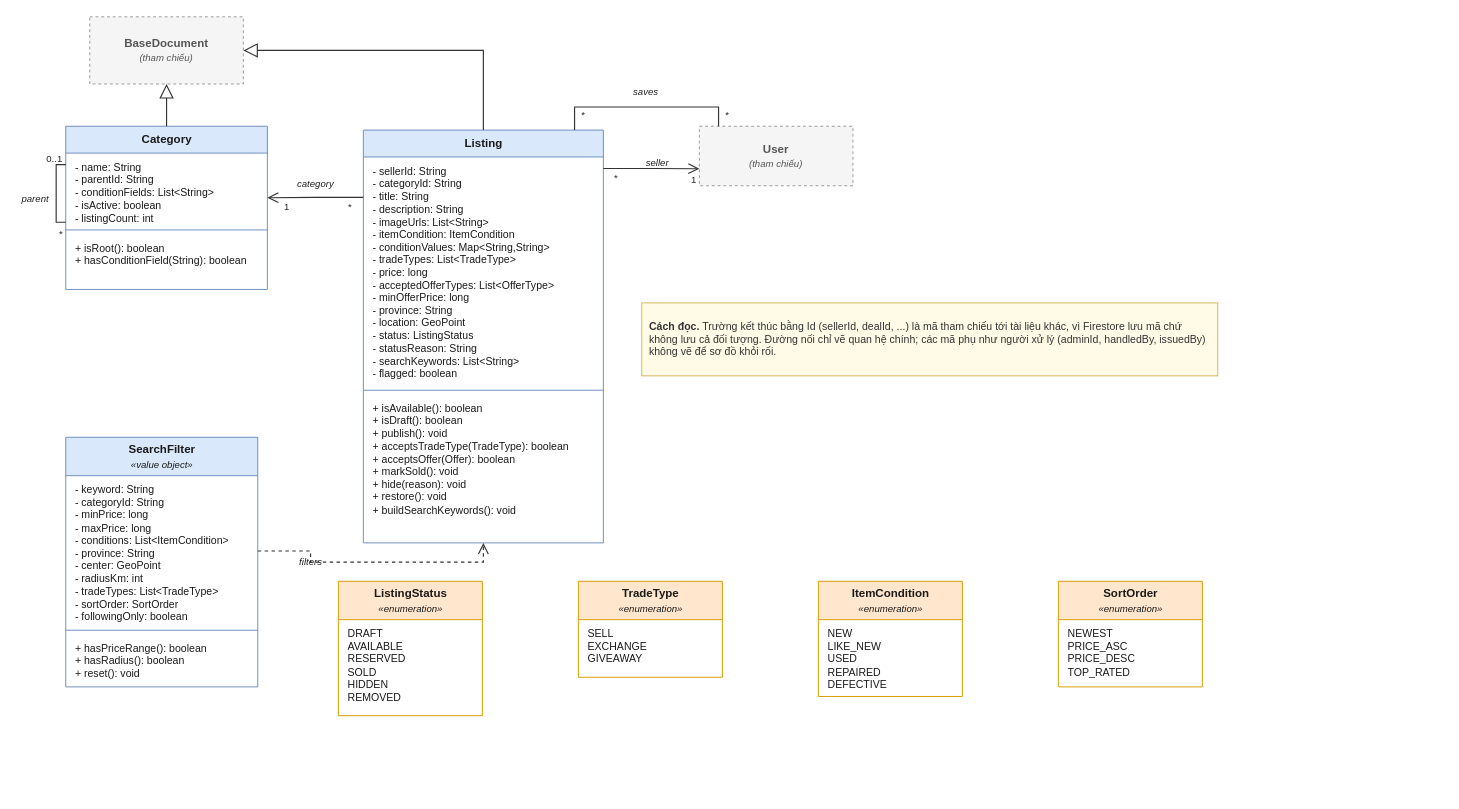
Above: page "2. Tin đăng, tìm kiếm" (3 of 8) of workflow/docs/diagrams/so-do-lop/class-diagram.drawio in tahpnart8/NHOM3-MobileApp (draw.io), before the change. Source tidied: cells renumbered, new cells numbered last; positions are measured from the earlier drawing's top-left corner, leaving out a move shared by most shapes. Both pictures are drawn from the tidied source at 96%, with x=0, y=0 at pixel (16, 16).
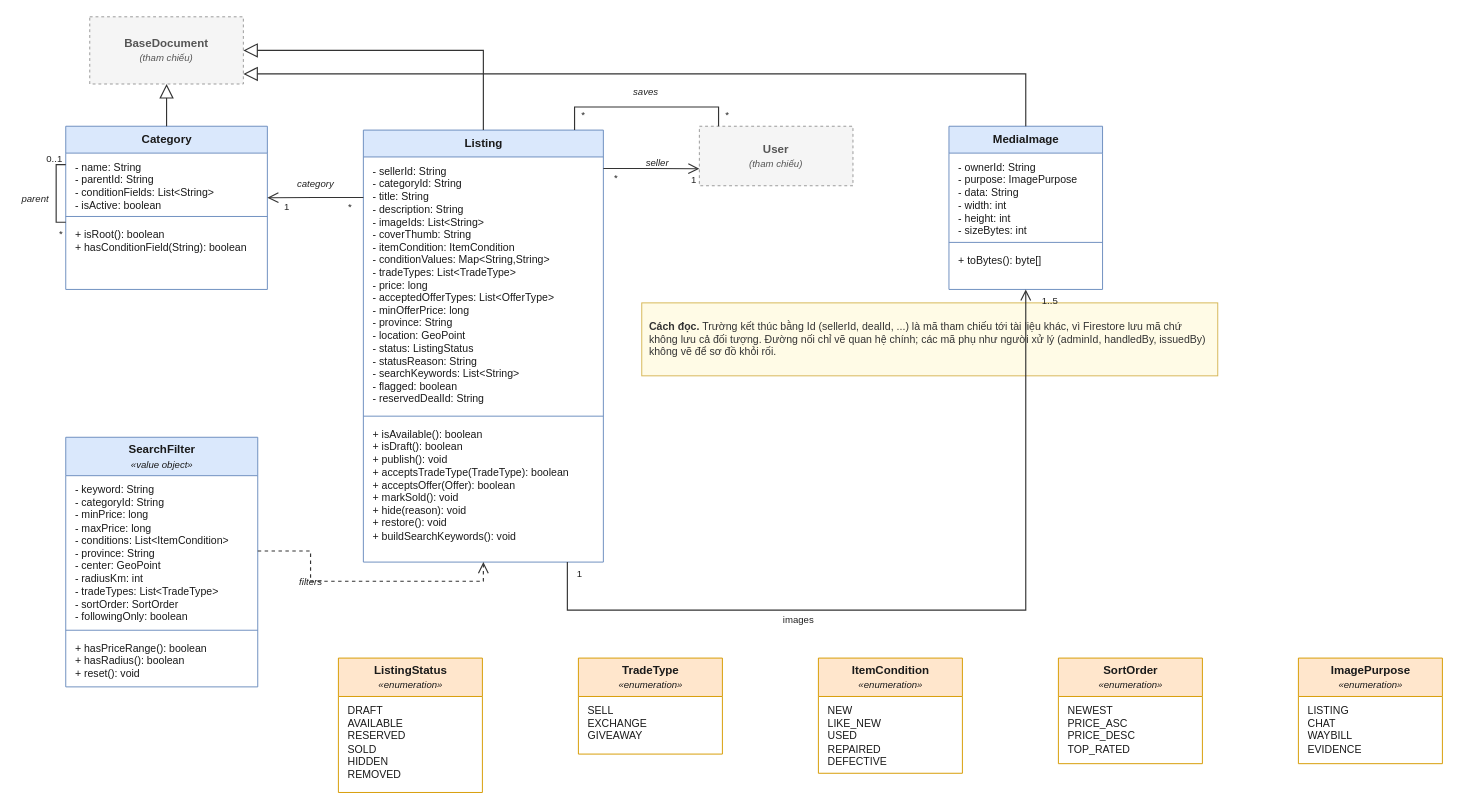
The same page after the edit.

The change refers to these unchanged cells:
```xml
<mxCell id="2" value="&lt;b&gt;BaseDocument&lt;/b&gt;&lt;br&gt;&lt;i style=&quot;font-size:10px&quot;&gt;(tham chiếu)&lt;/i&gt;" style="rounded=0;whiteSpace=wrap;html=1;fillColor=#F5F5F5;strokeColor=#999999;dashed=1;fontColor=#555555;fontSize=12;fontFamily=Helvetica;" parent="1" vertex="1">
  <mxGeometry x="76" width="160" height="70" as="geometry" />
</mxCell>
<mxCell id="3" value="&lt;b&gt;Category&lt;/b&gt;" style="swimlane;fontStyle=0;horizontal=1;startSize=28;fillColor=#DAE8FC;strokeColor=#6C8EBF;swimlaneFillColor=#FFFFFF;html=1;whiteSpace=nowrap;fontSize=12;fontFamily=Helvetica;fontColor=#1A1A1A;" parent="1" vertex="1">
  <mxGeometry x="51" y="114" width="210" height="170" as="geometry" />
</mxCell>
<mxCell id="5" value="&lt;b&gt;User&lt;/b&gt;&lt;br&gt;&lt;i style=&quot;font-size:10px&quot;&gt;(tham chiếu)&lt;/i&gt;" style="rounded=0;whiteSpace=wrap;html=1;fillColor=#F5F5F5;strokeColor=#999999;dashed=1;fontColor=#555555;fontSize=12;fontFamily=Helvetica;" parent="1" vertex="1">
  <mxGeometry x="711" y="114" width="160" height="62" as="geometry" />
</mxCell>
```

The edit, as a diff of the source:
```diff
@@
     <mxCell id="4" value="&lt;b&gt;Listing&lt;/b&gt;" style="swimlane;fontStyle=0;horizontal=1;startSize=28;fillColor=#DAE8FC;strokeColor=#6C8EBF;swimlaneFillColor=#FFFFFF;html=1;whiteSpace=nowrap;fontSize=12;fontFamily=Helvetica;fontColor=#1A1A1A;" parent="1" vertex="1">
-      <mxGeometry x="361" y="118" width="250" height="430" as="geometry" />
+      <mxGeometry x="361" y="118" width="250" height="450" as="geometry" />
     </mxCell>
@@
     <mxCell id="10" value="&lt;b&gt;ListingStatus&lt;/b&gt;&lt;br&gt;&lt;i style=&quot;font-size:10px&quot;&gt;«enumeration»&lt;/i&gt;" style="swimlane;fontStyle=0;horizontal=1;startSize=40;fillColor=#FFE6CC;strokeColor=#D79B00;swimlaneFillColor=#FFFFFF;html=1;whiteSpace=nowrap;fontSize=12;fontFamily=Helvetica;fontColor=#1A1A1A;" parent="1" vertex="1">
-      <mxGeometry x="335" y="588" width="150" height="140" as="geometry" />
+      <mxGeometry x="335" y="668" width="150" height="140" as="geometry" />
     </mxCell>
     <mxCell id="11" value="&lt;b&gt;TradeType&lt;/b&gt;&lt;br&gt;&lt;i style=&quot;font-size:10px&quot;&gt;«enumeration»&lt;/i&gt;" style="swimlane;fontStyle=0;horizontal=1;startSize=40;fillColor=#FFE6CC;strokeColor=#D79B00;swimlaneFillColor=#FFFFFF;html=1;whiteSpace=nowrap;fontSize=12;fontFamily=Helvetica;fontColor=#1A1A1A;" parent="1" vertex="1">
-      <mxGeometry x="585" y="588" width="150" height="100" as="geometry" />
+      <mxGeometry x="585" y="668" width="150" height="100" as="geometry" />
     </mxCell>
@@
     <mxCell id="13" value="&lt;b&gt;ItemCondition&lt;/b&gt;&lt;br&gt;&lt;i style=&quot;font-size:10px&quot;&gt;«enumeration»&lt;/i&gt;" style="swimlane;fontStyle=0;horizontal=1;startSize=40;fillColor=#FFE6CC;strokeColor=#D79B00;swimlaneFillColor=#FFFFFF;html=1;whiteSpace=nowrap;fontSize=12;fontFamily=Helvetica;fontColor=#1A1A1A;" parent="1" vertex="1">
-      <mxGeometry x="835" y="588" width="150" height="120" as="geometry" />
+      <mxGeometry x="835" y="668" width="150" height="120" as="geometry" />
     </mxCell>
     <mxCell id="14" value="&lt;b&gt;SortOrder&lt;/b&gt;&lt;br&gt;&lt;i style=&quot;font-size:10px&quot;&gt;«enumeration»&lt;/i&gt;" style="swimlane;fontStyle=0;horizontal=1;startSize=40;fillColor=#FFE6CC;strokeColor=#D79B00;swimlaneFillColor=#FFFFFF;html=1;whiteSpace=nowrap;fontSize=12;fontFamily=Helvetica;fontColor=#1A1A1A;" parent="1" vertex="1">
-      <mxGeometry x="1085" y="588" width="150" height="110" as="geometry" />
+      <mxGeometry x="1085" y="668" width="150" height="110" as="geometry" />
     </mxCell>
@@
-    <mxCell id="20" style="html=1;rounded=0;edgeStyle=orthogonalEdgeStyle;jettySize=auto;exitX=0.0;exitY=0.163;exitDx=0;exitDy=0;entryDx=0;entryDy=0;strokeColor=#333333;strokeWidth=1.2;endArrow=open;endFill=0;endSize=9;startArrow=none;entryX=1.000;entryY=0.438;" parent="1" edge="1" source="4" target="3">
+    <mxCell id="20" style="html=1;rounded=0;edgeStyle=orthogonalEdgeStyle;jettySize=auto;exitX=0.0;exitY=0.156;exitDx=0;exitDy=0;entryDx=0;entryDy=0;strokeColor=#333333;strokeWidth=1.2;endArrow=open;endFill=0;endSize=9;startArrow=none;entryX=1.000;entryY=0.438;" parent="1" edge="1" source="4" target="3">
       <mxGeometry relative="1" as="geometry" />
     </mxCell>
-    <mxCell id="21" style="html=1;rounded=0;edgeStyle=orthogonalEdgeStyle;jettySize=auto;exitX=1.0;exitY=0.093;exitDx=0;exitDy=0;entryX=0.0;entryY=0.7143;entryDx=0;entryDy=0;strokeColor=#333333;strokeWidth=1.2;endArrow=open;endFill=0;endSize=9;startArrow=none;" parent="1" edge="1" source="4" target="5">
+    <mxCell id="21" style="html=1;rounded=0;edgeStyle=orthogonalEdgeStyle;jettySize=auto;exitX=1.0;exitY=0.089;exitDx=0;exitDy=0;entryX=0.0;entryY=0.7143;entryDx=0;entryDy=0;strokeColor=#333333;strokeWidth=1.2;endArrow=open;endFill=0;endSize=9;startArrow=none;" parent="1" edge="1" source="4" target="5">
       <mxGeometry relative="1" as="geometry" />
     </mxCell>
@@
     <mxCell id="36" value="filters" style="text;html=1;strokeColor=none;fillColor=none;align=center;verticalAlign=middle;whiteSpace=nowrap;fontSize=10;fontFamily=Helvetica;fontColor=#222222;fontStyle=2;" parent="1" vertex="1">
-      <mxGeometry x="290" y="560" width="31" height="16" as="geometry" />
+      <mxGeometry x="290" y="580" width="31" height="16" as="geometry" />
     </mxCell>
+    <mxCell id="43" value="NEW&lt;br&gt;LIKE_NEW&lt;br&gt;USED&lt;br&gt;REPAIRED&lt;br&gt;DEFECTIVE" style="text;strokeColor=none;fillColor=none;align=left;verticalAlign=top;spacingLeft=8;spacingRight=4;spacingTop=2;overflow=hidden;html=1;whiteSpace=nowrap;fontSize=11;fontFamily=Helvetica;fontColor=#1A1A1A;" parent="13" vertex="1">
+      <mxGeometry y="40" width="150" height="76" as="geometry" />
+    </mxCell>
+    <mxCell id="44" value="DRAFT&lt;br&gt;AVAILABLE&lt;br&gt;RESERVED&lt;br&gt;SOLD&lt;br&gt;HIDDEN&lt;br&gt;REMOVED" style="text;strokeColor=none;fillColor=none;align=left;verticalAlign=top;spacingLeft=8;spacingRight=4;spacingTop=2;overflow=hidden;html=1;whiteSpace=nowrap;fontSize=11;fontFamily=Helvetica;fontColor=#1A1A1A;" parent="10" vertex="1">
+      <mxGeometry y="40" width="150" height="89" as="geometry" />
+    </mxCell>
-    <mxCell id="37" value="- name: String&lt;br&gt;- parentId: String&lt;br&gt;- conditionFields: List&amp;lt;String&amp;gt;&lt;br&gt;- isActive: boolean&lt;br&gt;- listingCount: int" style="text;strokeColor=none;fillColor=none;align=left;verticalAlign=top;spacingLeft=8;spacingRight=4;spacingTop=2;overflow=hidden;html=1;whiteSpace=nowrap;fontSize=11;fontFamily=Helvetica;fontColor=#1A1A1A;" parent="3" vertex="1">
-      <mxGeometry y="28" width="210" height="76" as="geometry" />
+    <mxCell id="37" value="- name: String&lt;br&gt;- parentId: String&lt;br&gt;- conditionFields: List&amp;lt;String&amp;gt;&lt;br&gt;- isActive: boolean" style="text;strokeColor=none;fillColor=none;align=left;verticalAlign=top;spacingLeft=8;spacingRight=4;spacingTop=2;overflow=hidden;html=1;whiteSpace=nowrap;fontSize=11;fontFamily=Helvetica;fontColor=#1A1A1A;" parent="3" vertex="1">
+      <mxGeometry y="28" width="210" height="62" as="geometry" />
     </mxCell>
     <mxCell id="38" style="line;strokeWidth=1;fillColor=none;align=left;verticalAlign=middle;html=1;strokeColor=#6C8EBF;" parent="3" vertex="1">
-      <mxGeometry y="104" width="210" height="8" as="geometry" />
+      <mxGeometry y="90" width="210" height="8" as="geometry" />
     </mxCell>
     <mxCell id="39" value="+ isRoot(): boolean&lt;br&gt;+ hasConditionField(String): boolean" style="text;strokeColor=none;fillColor=none;align=left;verticalAlign=top;spacingLeft=8;spacingRight=4;spacingTop=2;overflow=hidden;html=1;whiteSpace=nowrap;fontSize=11;fontFamily=Helvetica;fontColor=#1A1A1A;" parent="3" vertex="1">
-      <mxGeometry y="112" width="210" height="35" as="geometry" />
+      <mxGeometry y="98" width="210" height="35" as="geometry" />
     </mxCell>
-    <mxCell id="40" value="- sellerId: String&lt;br&gt;- categoryId: String&lt;br&gt;- title: String&lt;br&gt;- description: String&lt;br&gt;- imageUrls: List&amp;lt;String&amp;gt;&lt;br&gt;- itemCondition: ItemCondition&lt;br&gt;- conditionValues: Map&amp;lt;String,String&amp;gt;&lt;br&gt;- tradeTypes: List&amp;lt;TradeType&amp;gt;&lt;br&gt;- price: long&lt;br&gt;- acceptedOfferTypes: List&amp;lt;OfferType&amp;gt;&lt;br&gt;- minOfferPrice: long&lt;br&gt;- province: String&lt;br&gt;- location: GeoPoint&lt;br&gt;- status: ListingStatus&lt;br&gt;- statusReason: String&lt;br&gt;- searchKeywords: List&amp;lt;String&amp;gt;&lt;br&gt;- flagged: boolean" style="text;strokeColor=none;fillColor=none;align=left;verticalAlign=top;spacingLeft=8;spacingRight=4;spacingTop=2;overflow=hidden;html=1;whiteSpace=nowrap;fontSize=11;fontFamily=Helvetica;fontColor=#1A1A1A;" parent="4" vertex="1">
-      <mxGeometry y="28" width="250" height="239" as="geometry" />
+    <mxCell id="40" value="- sellerId: String&lt;br&gt;- categoryId: String&lt;br&gt;- title: String&lt;br&gt;- description: String&lt;br&gt;- imageIds: List&amp;lt;String&amp;gt;&lt;br&gt;- coverThumb: String&lt;br&gt;- itemCondition: ItemCondition&lt;br&gt;- conditionValues: Map&amp;lt;String,String&amp;gt;&lt;br&gt;- tradeTypes: List&amp;lt;TradeType&amp;gt;&lt;br&gt;- price: long&lt;br&gt;- acceptedOfferTypes: List&amp;lt;OfferType&amp;gt;&lt;br&gt;- minOfferPrice: long&lt;br&gt;- province: String&lt;br&gt;- location: GeoPoint&lt;br&gt;- status: ListingStatus&lt;br&gt;- statusReason: String&lt;br&gt;- searchKeywords: List&amp;lt;String&amp;gt;&lt;br&gt;- flagged: boolean&lt;br&gt;- reservedDealId: String" style="text;strokeColor=none;fillColor=none;align=left;verticalAlign=top;spacingLeft=8;spacingRight=4;spacingTop=2;overflow=hidden;html=1;whiteSpace=nowrap;fontSize=11;fontFamily=Helvetica;fontColor=#1A1A1A;" parent="4" vertex="1">
+      <mxGeometry y="28" width="250" height="266" as="geometry" />
     </mxCell>
     <mxCell id="41" style="line;strokeWidth=1;fillColor=none;align=left;verticalAlign=middle;html=1;strokeColor=#6C8EBF;" parent="4" vertex="1">
-      <mxGeometry y="267" width="250" height="8" as="geometry" />
+      <mxGeometry y="294" width="250" height="8" as="geometry" />
     </mxCell>
     <mxCell id="42" value="+ isAvailable(): boolean&lt;br&gt;+ isDraft(): boolean&lt;br&gt;+ publish(): void&lt;br&gt;+ acceptsTradeType(TradeType): boolean&lt;br&gt;+ acceptsOffer(Offer): boolean&lt;br&gt;+ markSold(): void&lt;br&gt;+ hide(reason): void&lt;br&gt;+ restore(): void&lt;br&gt;+ buildSearchKeywords(): void" style="text;strokeColor=none;fillColor=none;align=left;verticalAlign=top;spacingLeft=8;spacingRight=4;spacingTop=2;overflow=hidden;html=1;whiteSpace=nowrap;fontSize=11;fontFamily=Helvetica;fontColor=#1A1A1A;" parent="4" vertex="1">
-      <mxGeometry y="275" width="250" height="130" as="geometry" />
+      <mxGeometry y="302" width="250" height="130" as="geometry" />
     </mxCell>
-    <mxCell id="43" value="NEW&lt;br&gt;LIKE_NEW&lt;br&gt;USED&lt;br&gt;REPAIRED&lt;br&gt;DEFECTIVE" style="text;strokeColor=none;fillColor=none;align=left;verticalAlign=top;spacingLeft=8;spacingRight=4;spacingTop=2;overflow=hidden;html=1;whiteSpace=nowrap;fontSize=11;fontFamily=Helvetica;fontColor=#1A1A1A;" parent="13" vertex="1">
-      <mxGeometry y="40" width="150" height="76" as="geometry" />
-    </mxCell>
-    <mxCell id="44" value="DRAFT&lt;br&gt;AVAILABLE&lt;br&gt;RESERVED&lt;br&gt;SOLD&lt;br&gt;HIDDEN&lt;br&gt;REMOVED" style="text;strokeColor=none;fillColor=none;align=left;verticalAlign=top;spacingLeft=8;spacingRight=4;spacingTop=2;overflow=hidden;html=1;whiteSpace=nowrap;fontSize=11;fontFamily=Helvetica;fontColor=#1A1A1A;" parent="10" vertex="1">
-      <mxGeometry y="40" width="150" height="89" as="geometry" />
-    </mxCell>
+    <mxCell id="45" value="&lt;b&gt;MediaImage&lt;/b&gt;" style="swimlane;fontStyle=0;horizontal=1;startSize=28;fillColor=#DAE8FC;strokeColor=#6C8EBF;swimlaneFillColor=#FFFFFF;html=1;whiteSpace=nowrap;fontSize=12;fontFamily=Helvetica;fontColor=#1A1A1A;" parent="1" vertex="1">
+      <mxGeometry x="971" y="114" width="160" height="170" as="geometry" />
+    </mxCell>
+    <mxCell id="46" value="- ownerId: String&lt;br&gt;- purpose: ImagePurpose&lt;br&gt;- data: String&lt;br&gt;- width: int&lt;br&gt;- height: int&lt;br&gt;- sizeBytes: int" style="text;strokeColor=none;fillColor=none;align=left;verticalAlign=top;spacingLeft=8;spacingRight=4;spacingTop=2;overflow=hidden;html=1;whiteSpace=nowrap;fontSize=11;fontFamily=Helvetica;fontColor=#1A1A1A;" parent="45" vertex="1">
+      <mxGeometry y="28" width="160" height="89" as="geometry" />
+    </mxCell>
+    <mxCell id="47" style="line;strokeWidth=1;fillColor=none;align=left;verticalAlign=middle;html=1;strokeColor=#6C8EBF;" parent="45" vertex="1">
+      <mxGeometry y="117" width="160" height="8" as="geometry" />
+    </mxCell>
+    <mxCell id="48" value="+ toBytes(): byte[]" style="text;strokeColor=none;fillColor=none;align=left;verticalAlign=top;spacingLeft=8;spacingRight=4;spacingTop=2;overflow=hidden;html=1;whiteSpace=nowrap;fontSize=11;fontFamily=Helvetica;fontColor=#1A1A1A;" parent="45" vertex="1">
+      <mxGeometry y="125" width="160" height="21" as="geometry" />
+    </mxCell>
+    <mxCell id="49" value="&lt;b&gt;ImagePurpose&lt;/b&gt;&lt;br&gt;&lt;i style=&quot;font-size:10px&quot;&gt;«enumeration»&lt;/i&gt;" style="swimlane;fontStyle=0;horizontal=1;startSize=40;fillColor=#FFE6CC;strokeColor=#D79B00;swimlaneFillColor=#FFFFFF;html=1;whiteSpace=nowrap;fontSize=12;fontFamily=Helvetica;fontColor=#1A1A1A;" parent="1" vertex="1">
+      <mxGeometry x="1335" y="668" width="150" height="110" as="geometry" />
+    </mxCell>
+    <mxCell id="50" value="LISTING&lt;br&gt;CHAT&lt;br&gt;WAYBILL&lt;br&gt;EVIDENCE" style="text;strokeColor=none;fillColor=none;align=left;verticalAlign=top;spacingLeft=8;spacingRight=4;spacingTop=2;overflow=hidden;html=1;whiteSpace=nowrap;fontSize=11;fontFamily=Helvetica;fontColor=#1A1A1A;" parent="49" vertex="1">
+      <mxGeometry y="40" width="150" height="62" as="geometry" />
+    </mxCell>
+    <mxCell id="51" style="html=1;rounded=0;edgeStyle=orthogonalEdgeStyle;jettySize=auto;strokeColor=#333333;strokeWidth=1.2;endArrow=block;endFill=0;endSize=12;startArrow=none;exitX=0.5;exitY=0;exitDx=0;exitDy=0;entryX=1;entryY=0.85;entryDx=0;entryDy=0;" parent="1" edge="1" source="45" target="2">
+      <mxGeometry relative="1" as="geometry">
+        <Array as="points">
+          <mxPoint x="1051" y="59" />
+        </Array>
+      </mxGeometry>
+    </mxCell>
+    <mxCell id="52" style="html=1;rounded=0;edgeStyle=orthogonalEdgeStyle;jettySize=auto;strokeColor=#333333;strokeWidth=1.2;endArrow=open;endFill=0;endSize=9;startArrow=none;exitX=0.85;exitY=1;exitDx=0;exitDy=0;entryX=0.5;entryY=1;entryDx=0;entryDy=0;" parent="1" edge="1" source="4" target="45">
+      <mxGeometry relative="1" as="geometry">
+        <Array as="points">
+          <mxPoint x="573" y="618" />
+          <mxPoint x="1051" y="618" />
+        </Array>
+      </mxGeometry>
+    </mxCell>
+    <mxCell id="53" value="1" style="text;html=1;strokeColor=none;fillColor=none;align=center;verticalAlign=middle;whiteSpace=nowrap;fontSize=10;fontFamily=Helvetica;fontColor=#222222;" parent="1" vertex="1">
+      <mxGeometry x="579" y="572" width="14" height="16" as="geometry" />
+    </mxCell>
+    <mxCell id="54" value="1..5" style="text;html=1;strokeColor=none;fillColor=none;align=center;verticalAlign=middle;whiteSpace=nowrap;fontSize=10;fontFamily=Helvetica;fontColor=#222222;" parent="1" vertex="1">
+      <mxGeometry x="1057" y="288" width="38" height="16" as="geometry" />
+    </mxCell>
+    <mxCell id="55" value="images" style="text;html=1;strokeColor=none;fillColor=none;align=center;verticalAlign=middle;whiteSpace=nowrap;fontSize=10;fontFamily=Helvetica;fontColor=#222222;" parent="1" vertex="1">
+      <mxGeometry x="787" y="620" width="54" height="16" as="geometry" />
+    </mxCell>
```
